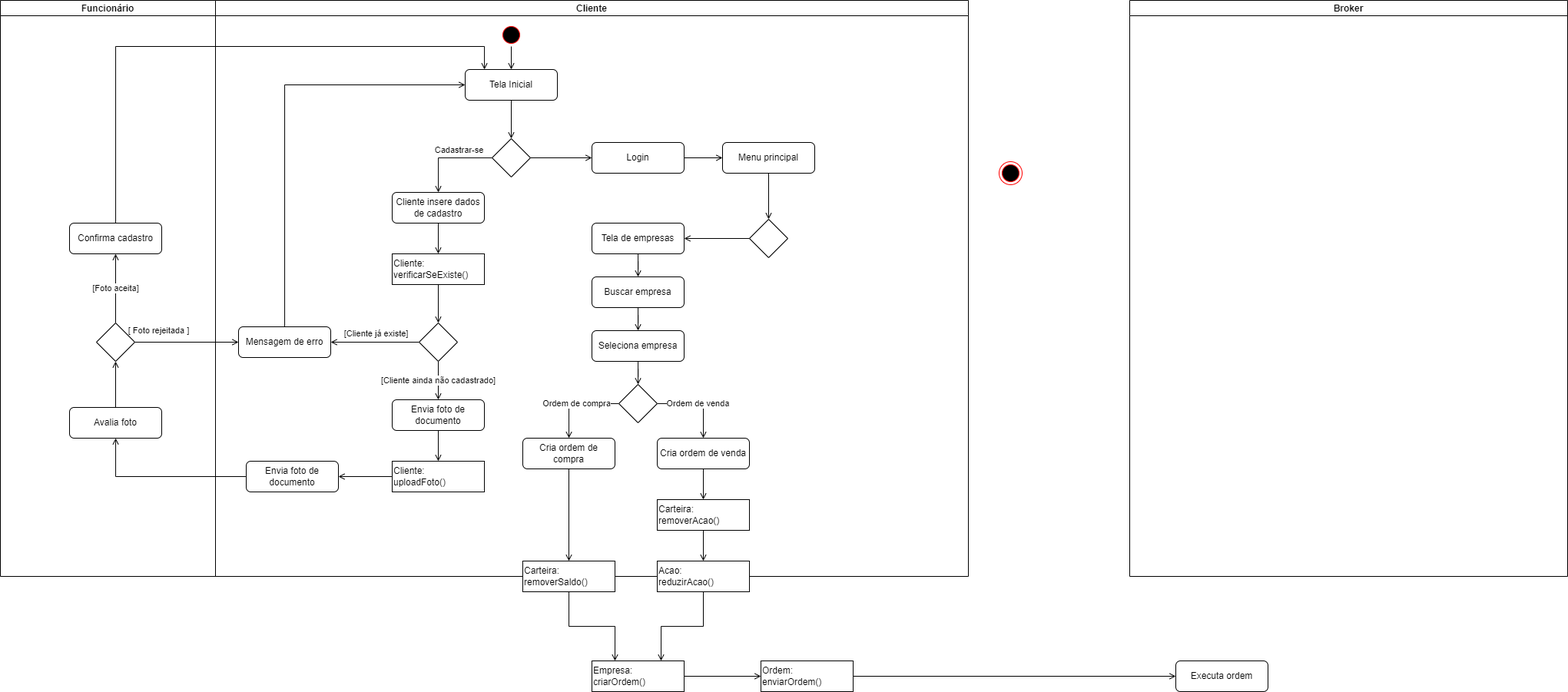
This is DiagramaAtividades.drawio.png from EijiDogen/FEI_MDSMarket, a draw.io export, as it was before one commit. Source tidied: cells renumbered, new cells last; positions are measured from the earlier drawing's top-left corner, leaving out a move shared by most shapes.
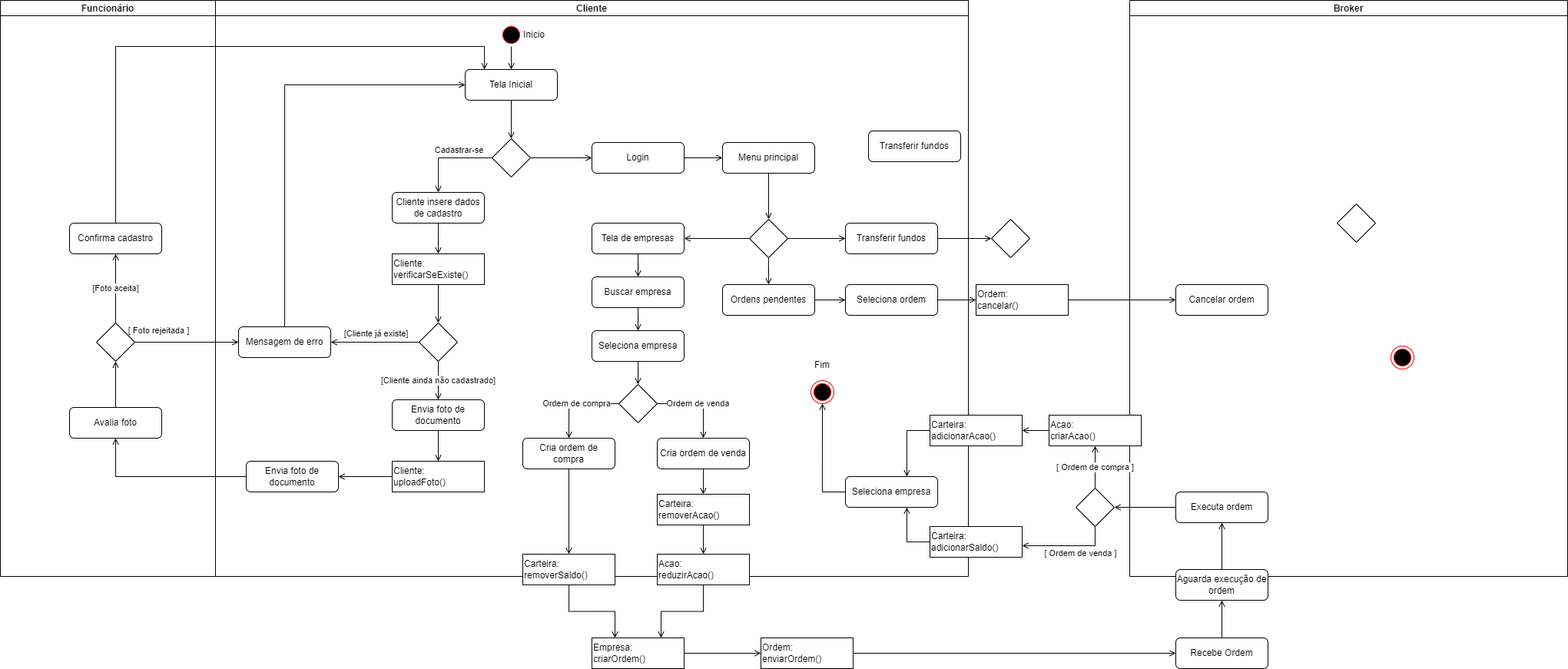
After the commit.

Change to the diagram source:
```diff
@@ -28,7 +28,7 @@
       <mxGeometry x="650" y="30" width="30" height="30" as="geometry" />
     </mxCell>
     <mxCell id="11" style="ellipse;html=1;shape=endState;fillColor=#000000;strokeColor=#ff0000;" parent="8" vertex="1">
-      <mxGeometry x="1300" y="210" width="30" height="30" as="geometry" />
+      <mxGeometry x="1055" y="495" width="30" height="30" as="geometry" />
     </mxCell>
     <mxCell id="12" style="edgeStyle=orthogonalEdgeStyle;rounded=0;jettySize=auto;html=1;endArrow=open;endFill=0;" parent="8" edge="1" source="13" target="25">
       <mxGeometry relative="1" as="geometry" />
@@ -120,6 +120,12 @@
     <mxCell id="38" style="edgeStyle=orthogonalEdgeStyle;rounded=0;jettySize=auto;html=1;endArrow=open;endFill=0;" parent="8" edge="1" source="39" target="43">
       <mxGeometry relative="1" as="geometry" />
     </mxCell>
+    <mxCell id="66" style="edgeStyle=orthogonalEdgeStyle;rounded=0;jettySize=auto;html=1;endArrow=open;endFill=0;" parent="8" edge="1" source="39" target="75">
+      <mxGeometry relative="1" as="geometry" />
+    </mxCell>
+    <mxCell id="67" style="edgeStyle=orthogonalEdgeStyle;rounded=0;jettySize=auto;html=1;endArrow=open;endFill=0;" parent="8" edge="1" source="39" target="96">
+      <mxGeometry relative="1" as="geometry" />
+    </mxCell>
     <mxCell id="39" style="rhombus;whiteSpace=wrap;html=1;" parent="8" vertex="1">
       <mxGeometry x="975" y="285" width="50" height="50" as="geometry" />
     </mxCell>
@@ -147,20 +153,23 @@
     <mxCell id="47" value="Seleciona empresa" style="rounded=1;whiteSpace=wrap;html=1;" parent="8" vertex="1">
       <mxGeometry x="770" y="430" width="120" height="40" as="geometry" />
     </mxCell>
+    <mxCell id="68" style="edgeStyle=orthogonalEdgeStyle;rounded=0;jettySize=auto;html=1;endArrow=open;endFill=0;" parent="8" edge="1" source="48" target="71">
+      <mxGeometry relative="1" as="geometry" />
+    </mxCell>
-    <mxCell id="48" value="Executa ordem" style="rounded=1;whiteSpace=wrap;html=1;" parent="8" vertex="1">
-      <mxGeometry x="1530" y="860" width="120" height="40" as="geometry" />
+    <mxCell id="48" value="Recebe Ordem" style="rounded=1;whiteSpace=wrap;html=1;" parent="8" vertex="1">
+      <mxGeometry x="1530" y="830" width="120" height="40" as="geometry" />
     </mxCell>
     <mxCell id="49" style="edgeStyle=orthogonalEdgeStyle;rounded=0;jettySize=auto;html=1;endArrow=open;endFill=0;" parent="8" edge="1" source="50" target="52">
       <mxGeometry relative="1" as="geometry" />
     </mxCell>
     <mxCell id="50" value="Empresa:&lt;br&gt;criarOrdem()" style="rounded=0;whiteSpace=wrap;html=1;align=left;" parent="8" vertex="1">
-      <mxGeometry x="770" y="860" width="120" height="40" as="geometry" />
+      <mxGeometry x="770" y="830" width="120" height="40" as="geometry" />
     </mxCell>
     <mxCell id="51" style="edgeStyle=orthogonalEdgeStyle;rounded=0;jettySize=auto;html=1;endArrow=open;endFill=0;" parent="8" edge="1" source="52" target="48">
       <mxGeometry relative="1" as="geometry" />
     </mxCell>
     <mxCell id="52" value="Ordem:&lt;br&gt;enviarOrdem()" style="rounded=0;whiteSpace=wrap;html=1;align=left;" parent="8" vertex="1">
-      <mxGeometry x="990" y="860" width="120" height="40" as="geometry" />
+      <mxGeometry x="990" y="830" width="120" height="40" as="geometry" />
     </mxCell>
     <mxCell id="53" value="Ordem de venda" style="edgeStyle=orthogonalEdgeStyle;rounded=0;jettySize=auto;html=1;endArrow=open;endFill=0;" parent="8" edge="1" source="55" target="59">
       <mxGeometry relative="1" as="geometry">
@@ -195,19 +204,126 @@
       <mxGeometry relative="1" as="geometry" />
     </mxCell>
     <mxCell id="61" value="Carteira:&lt;br&gt;removerSaldo()" style="rounded=0;whiteSpace=wrap;html=1;align=left;" parent="8" vertex="1">
-      <mxGeometry x="680" y="730" width="120" height="40" as="geometry" />
+      <mxGeometry x="680" y="721" width="120" height="40" as="geometry" />
     </mxCell>
     <mxCell id="62" style="edgeStyle=orthogonalEdgeStyle;rounded=0;jettySize=auto;html=1;endArrow=open;endFill=0;" parent="8" edge="1" source="63" target="65">
       <mxGeometry relative="1" as="geometry" />
     </mxCell>
     <mxCell id="63" value="Carteira:&lt;br&gt;removerAcao()" style="rounded=0;whiteSpace=wrap;html=1;align=left;" parent="8" vertex="1">
-      <mxGeometry x="855" y="650" width="120" height="40" as="geometry" />
+      <mxGeometry x="855" y="643" width="120" height="40" as="geometry" />
     </mxCell>
     <mxCell id="64" style="edgeStyle=orthogonalEdgeStyle;rounded=0;jettySize=auto;html=1;endArrow=open;endFill=0;entryX=0.75;entryY=0;entryDx=0;entryDy=0;" parent="8" edge="1" source="65" target="50">
       <mxGeometry relative="1" as="geometry" />
     </mxCell>
     <mxCell id="65" value="Acao:&lt;br&gt;reduzirAcao()" style="rounded=0;whiteSpace=wrap;html=1;align=left;" parent="8" vertex="1">
-      <mxGeometry x="855" y="730" width="120" height="40" as="geometry" />
+      <mxGeometry x="855" y="721" width="120" height="40" as="geometry" />
     </mxCell>
+    <mxCell id="69" style="rhombus;whiteSpace=wrap;html=1;" parent="8" vertex="1">
+      <mxGeometry x="1740" y="265" width="50" height="50" as="geometry" />
+    </mxCell>
+    <mxCell id="70" style="edgeStyle=orthogonalEdgeStyle;rounded=0;jettySize=auto;html=1;endArrow=open;endFill=0;" parent="8" edge="1" source="71" target="73">
+      <mxGeometry relative="1" as="geometry" />
+    </mxCell>
+    <mxCell id="71" value="Aguarda execução de ordem" style="rounded=1;whiteSpace=wrap;html=1;" parent="8" vertex="1">
+      <mxGeometry x="1530" y="741" width="120" height="40" as="geometry" />
+    </mxCell>
+    <mxCell id="72" style="edgeStyle=orthogonalEdgeStyle;rounded=0;jettySize=auto;html=1;endArrow=open;endFill=0;" parent="8" edge="1" source="73" target="86">
+      <mxGeometry relative="1" as="geometry" />
+    </mxCell>
+    <mxCell id="73" value="Executa ordem" style="rounded=1;whiteSpace=wrap;html=1;" parent="8" vertex="1">
+      <mxGeometry x="1530" y="640" width="120" height="40" as="geometry" />
+    </mxCell>
+    <mxCell id="74" style="edgeStyle=orthogonalEdgeStyle;rounded=0;jettySize=auto;html=1;endArrow=open;endFill=0;" parent="8" edge="1" source="75" target="77">
+      <mxGeometry relative="1" as="geometry" />
+    </mxCell>
+    <mxCell id="75" value="Ordens pendentes" style="rounded=1;whiteSpace=wrap;html=1;" parent="8" vertex="1">
+      <mxGeometry x="940" y="370" width="120" height="40" as="geometry" />
+    </mxCell>
+    <mxCell id="76" style="edgeStyle=orthogonalEdgeStyle;rounded=0;jettySize=auto;html=1;endArrow=open;endFill=0;" parent="8" edge="1" source="77" target="79">
+      <mxGeometry relative="1" as="geometry" />
+    </mxCell>
+    <mxCell id="77" value="Seleciona ordem" style="rounded=1;whiteSpace=wrap;html=1;" parent="8" vertex="1">
+      <mxGeometry x="1100" y="370" width="120" height="40" as="geometry" />
+    </mxCell>
+    <mxCell id="78" style="edgeStyle=orthogonalEdgeStyle;rounded=0;jettySize=auto;html=1;endArrow=open;endFill=0;" parent="8" edge="1" source="79" target="80">
+      <mxGeometry relative="1" as="geometry" />
+    </mxCell>
+    <mxCell id="79" value="Ordem:&lt;br&gt;cancelar()" style="rounded=0;whiteSpace=wrap;html=1;align=left;" parent="8" vertex="1">
+      <mxGeometry x="1270" y="370" width="120" height="40" as="geometry" />
+    </mxCell>
+    <mxCell id="80" value="Cancelar ordem" style="rounded=1;whiteSpace=wrap;html=1;" parent="8" vertex="1">
+      <mxGeometry x="1530" y="370" width="120" height="40" as="geometry" />
+    </mxCell>
+    <mxCell id="81" style="ellipse;html=1;shape=endState;fillColor=#000000;strokeColor=#ff0000;" parent="8" vertex="1">
+      <mxGeometry x="1810" y="450" width="30" height="30" as="geometry" />
+    </mxCell>
+    <mxCell id="82" style="edgeStyle=orthogonalEdgeStyle;rounded=0;jettySize=auto;html=1;endArrow=open;endFill=0;" parent="8" edge="1" source="83" target="11">
+      <mxGeometry relative="1" as="geometry">
+        <Array as="points">
+          <mxPoint x="1070" y="640" />
+          <mxPoint x="1070" y="510" />
+        </Array>
+      </mxGeometry>
+    </mxCell>
+    <mxCell id="83" value="Seleciona empresa" style="rounded=1;whiteSpace=wrap;html=1;" parent="8" vertex="1">
+      <mxGeometry x="1100" y="620" width="120" height="40" as="geometry" />
+    </mxCell>
+    <mxCell id="84" value="[ Ordem de compra ]" style="edgeStyle=orthogonalEdgeStyle;rounded=0;jettySize=auto;html=1;endArrow=open;endFill=0;" parent="8" edge="1" source="86" target="88">
+      <mxGeometry relative="1" as="geometry" />
+    </mxCell>
+    <mxCell id="85" value="[ Ordem de venda ]" style="edgeStyle=orthogonalEdgeStyle;rounded=0;jettySize=auto;html=1;endArrow=open;endFill=0;" parent="8" edge="1" source="86" target="92">
+      <mxGeometry x="-0.27" y="10" relative="1" as="geometry">
+        <Array as="points">
+          <mxPoint x="1425" y="710" />
+        </Array>
+      </mxGeometry>
+    </mxCell>
+    <mxCell id="86" style="rhombus;whiteSpace=wrap;html=1;" parent="8" vertex="1">
+      <mxGeometry x="1400" y="635" width="50" height="50" as="geometry" />
+    </mxCell>
+    <mxCell id="87" style="edgeStyle=orthogonalEdgeStyle;rounded=0;jettySize=auto;html=1;endArrow=open;endFill=0;" parent="8" edge="1" source="88" target="90">
+      <mxGeometry relative="1" as="geometry" />
+    </mxCell>
+    <mxCell id="88" value="Acao:&lt;br&gt;criarAcao()" style="rounded=0;whiteSpace=wrap;html=1;align=left;" parent="8" vertex="1">
+      <mxGeometry x="1365" y="540" width="120" height="40" as="geometry" />
+    </mxCell>
+    <mxCell id="89" style="edgeStyle=orthogonalEdgeStyle;rounded=0;jettySize=auto;html=1;endArrow=open;endFill=0;" parent="8" edge="1" source="90" target="83">
+      <mxGeometry relative="1" as="geometry">
+        <Array as="points">
+          <mxPoint x="1180" y="560" />
+        </Array>
+      </mxGeometry>
+    </mxCell>
+    <mxCell id="90" value="Carteira:&lt;br&gt;adicionarAcao()" style="rounded=0;whiteSpace=wrap;html=1;align=left;" parent="8" vertex="1">
+      <mxGeometry x="1210" y="540" width="120" height="40" as="geometry" />
+    </mxCell>
+    <mxCell id="91" style="edgeStyle=orthogonalEdgeStyle;rounded=0;jettySize=auto;html=1;endArrow=open;endFill=0;" parent="8" edge="1" source="92" target="83">
+      <mxGeometry relative="1" as="geometry">
+        <Array as="points">
+          <mxPoint x="1180" y="705" />
+        </Array>
+      </mxGeometry>
+    </mxCell>
+    <mxCell id="92" value="Carteira:&lt;br&gt;adicionarSaldo()" style="rounded=0;whiteSpace=wrap;html=1;align=left;" parent="8" vertex="1">
+      <mxGeometry x="1210" y="685" width="120" height="40" as="geometry" />
+    </mxCell>
+    <mxCell id="93" value="Fim" style="text;html=1;strokeColor=none;fillColor=none;align=center;verticalAlign=middle;whiteSpace=wrap;rounded=0;" parent="8" vertex="1">
+      <mxGeometry x="1040" y="460" width="60" height="30" as="geometry" />
+    </mxCell>
+    <mxCell id="94" value="Inicio" style="text;html=1;strokeColor=none;fillColor=none;align=center;verticalAlign=middle;whiteSpace=wrap;rounded=0;" parent="8" vertex="1">
+      <mxGeometry x="665" y="30" width="60" height="30" as="geometry" />
+    </mxCell>
+    <mxCell id="95" style="edgeStyle=orthogonalEdgeStyle;rounded=0;jettySize=auto;html=1;endArrow=open;endFill=0;" parent="8" edge="1" source="96" target="97">
+      <mxGeometry relative="1" as="geometry" />
+    </mxCell>
+    <mxCell id="96" value="Transferir fundos" style="rounded=1;whiteSpace=wrap;html=1;" parent="8" vertex="1">
+      <mxGeometry x="1100" y="290" width="120" height="40" as="geometry" />
+    </mxCell>
+    <mxCell id="97" style="rhombus;whiteSpace=wrap;html=1;" parent="8" vertex="1">
+      <mxGeometry x="1290" y="285" width="50" height="50" as="geometry" />
+    </mxCell>
+    <mxCell id="98" value="Transferir fundos" style="rounded=1;whiteSpace=wrap;html=1;" parent="8" vertex="1">
+      <mxGeometry x="1130" y="170" width="120" height="40" as="geometry" />
+    </mxCell>
   </root>
 </mxGraphModel>
```
